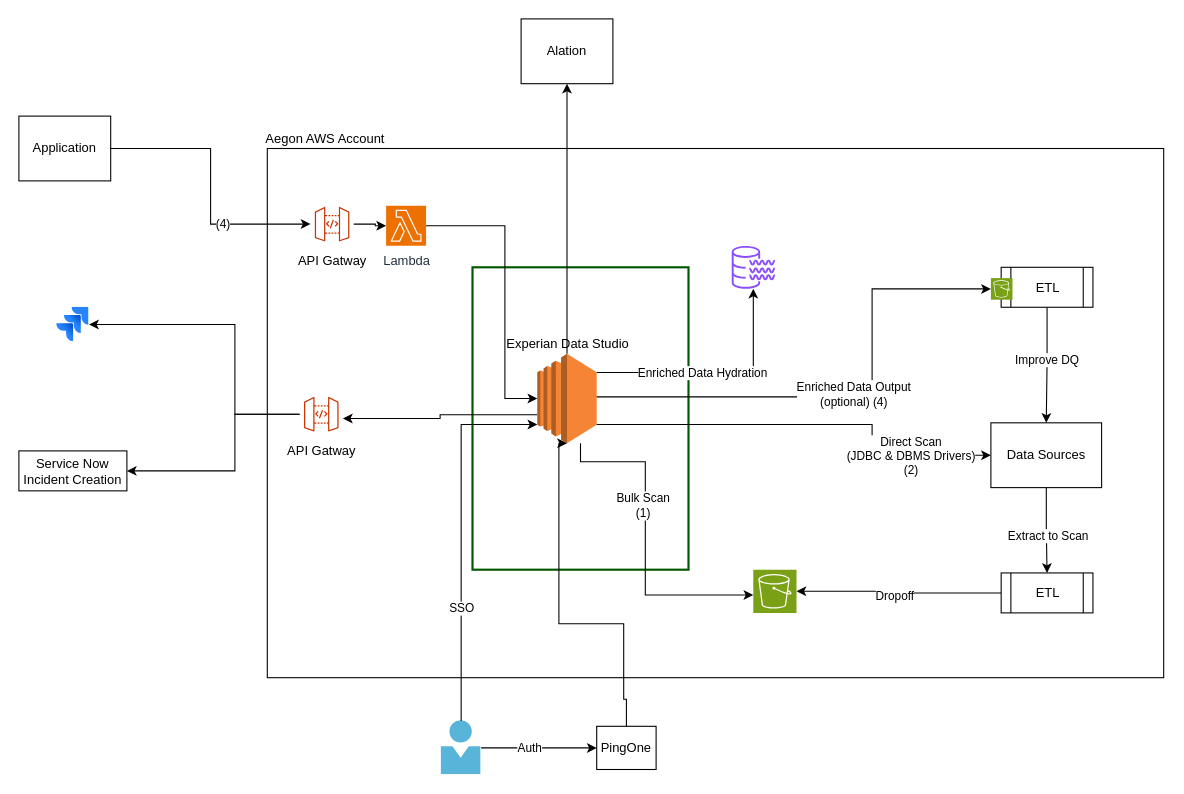
Before: RITM1449981-ACBSD-4801 - Aperture Data Studio Solution Design/Experian Aperture Data Studio.drawio in kerbachi/lambda_code, a draw.io diagram. Source tidied: cells renumbered, new cells numbered last; positions are measured from the earlier drawing's top-left corner, leaving out a move shared by most shapes. Both pictures are drawn from the tidied source at 108%, with x=0, y=0 at pixel (18, 18).
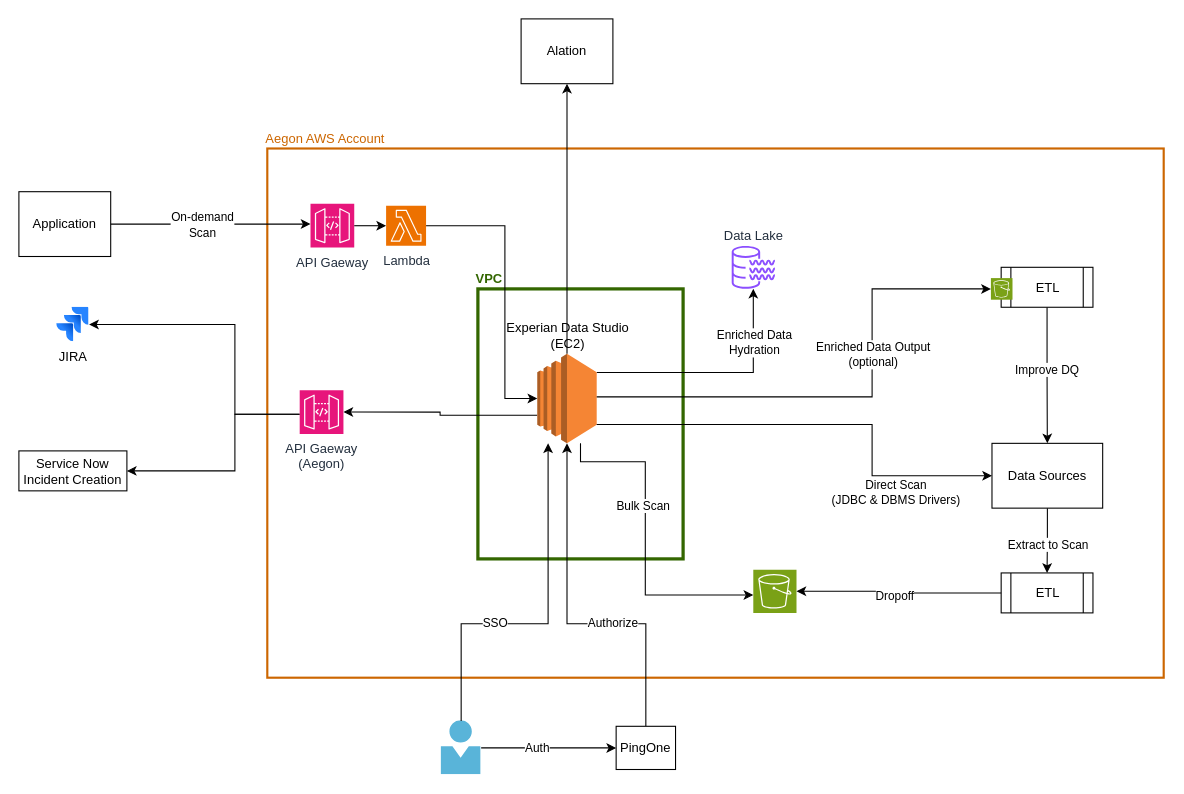
After the change.

Unchanged cells that the change refers to:
```xml
<mxCell id="6" style="edgeStyle=orthogonalEdgeStyle;rounded=0;jettySize=auto;html=1;exitX=1;exitY=0.21;exitDx=0;exitDy=0;exitPerimeter=0;" parent="1" edge="1" source="10" target="14">
  <mxGeometry relative="1" as="geometry">
    <Array as="points">
      <mxPoint x="680" y="327.4" />
    </Array>
  </mxGeometry>
</mxCell>
<mxCell id="12" value="Service Now&lt;br&gt;Incident Creation" style="rounded=0;whiteSpace=wrap;html=1;" parent="1" vertex="1">
  <mxGeometry y="400" width="100" height="37" as="geometry" />
</mxCell>
<mxCell id="25" style="edgeStyle=orthogonalEdgeStyle;rounded=0;jettySize=auto;html=1;entryX=0;entryY=0.5;entryDx=0;entryDy=0;entryPerimeter=0;" parent="1" edge="1" source="10" target="24">
  <mxGeometry relative="1" as="geometry">
    <Array as="points">
      <mxPoint x="790" y="350" />
      <mxPoint x="790" y="250" />
    </Array>
  </mxGeometry>
</mxCell>
<mxCell id="31" style="image;sketch=0;html=1;points=[];align=center;fontSize=12;image=img/lib/mscae/Person.svg;" parent="1" vertex="1">
  <mxGeometry x="391" y="650" width="37" height="50" as="geometry" />
</mxCell>
<mxCell id="40" value="Lambda" style="sketch=0;points=[[0,0,0],[0.25,0,0],[0.5,0,0],[0.75,0,0],[1,0,0],[0,1,0],[0.25,1,0],[0.5,1,0],[0.75,1,0],[1,1,0],[0,0.25,0],[0,0.5,0],[0,0.75,0],[1,0.25,0],[1,0.5,0],[1,0.75,0]];outlineConnect=0;fontColor=#232F3E;fillColor=#ED7100;strokeColor=#ffffff;dashed=0;verticalLabelPosition=bottom;verticalAlign=top;align=center;html=1;fontSize=12;fontStyle=0;shape=mxgraph.aws4.resourceIcon;resIcon=mxgraph.aws4.lambda;" parent="1" vertex="1">
  <mxGeometry x="340" y="173" width="37" height="37" as="geometry" />
</mxCell>
```

The edit, as a diff of the source:
```diff
@@
+    <mxCell id="47" value="VPC" style="rounded=0;whiteSpace=wrap;html=1;fillColor=none;labelPosition=left;verticalLabelPosition=top;align=right;verticalAlign=bottom;spacingRight=-25;fontColor=#336600;fontStyle=1;strokeColor=#336600;strokeWidth=3;" parent="1" vertex="1">
+      <mxGeometry x="425" y="250" width="190" height="250" as="geometry" />
+    </mxCell>
-    <mxCell id="2" value="Aegon AWS Account" style="rounded=0;whiteSpace=wrap;html=1;fillColor=none;labelPosition=left;verticalLabelPosition=top;align=right;verticalAlign=bottom;spacingRight=-111;" parent="1" vertex="1">
+    <mxCell id="2" value="Aegon AWS Account" style="rounded=0;whiteSpace=wrap;html=1;fillColor=none;labelPosition=left;verticalLabelPosition=top;align=right;verticalAlign=bottom;spacingRight=-111;strokeColor=#CC6600;strokeWidth=2;fontColor=#CC6600;" parent="1" vertex="1">
       <mxGeometry x="230" y="120" width="830" height="490" as="geometry" />
     </mxCell>
-    <mxCell id="3" style="rounded=0;whiteSpace=wrap;html=1;fillColor=none;labelPosition=left;verticalLabelPosition=top;align=right;verticalAlign=bottom;spacingRight=-26;fontColor=#ffffff;strokeColor=#005700;strokeWidth=2;" parent="1" vertex="1">
-      <mxGeometry x="420" y="230" width="200" height="280" as="geometry" />
-    </mxCell>
-    <mxCell id="4" style="edgeStyle=orthogonalEdgeStyle;rounded=0;jettySize=auto;html=1;" parent="1" edge="1" source="10" target="45">
+    <mxCell id="4" style="edgeStyle=orthogonalEdgeStyle;rounded=0;jettySize=auto;html=1;entryX=1;entryY=0.5;entryDx=0;entryDy=0;entryPerimeter=0;" parent="1" edge="1" source="10" target="51">
       <mxGeometry relative="1" as="geometry">
         <Array as="points">
-          <mxPoint x="390" y="366.5" />
-          <mxPoint x="390" y="370" />
+          <mxPoint x="390" y="367" />
+          <mxPoint x="390" y="364" />
         </Array>
       </mxGeometry>
     </mxCell>
-    <mxCell id="5" style="edgeStyle=orthogonalEdgeStyle;rounded=0;jettySize=auto;html=1;entryX=1;entryY=0.5;entryDx=0;entryDy=0;" parent="1" edge="1" source="45" target="12">
+    <mxCell id="5" style="edgeStyle=orthogonalEdgeStyle;rounded=0;jettySize=auto;html=1;entryX=1;entryY=0.5;entryDx=0;entryDy=0;" parent="1" edge="1" target="12">
       <mxGeometry relative="1" as="geometry">
+        <mxPoint x="260" y="366" as="sourcePoint" />
         <Array as="points">
           <mxPoint x="200" y="366" />
           <mxPoint x="200" y="418.5" />
         </Array>
       </mxGeometry>
     </mxCell>
@@
-    <mxCell id="7" value="Enriched Data Hydration" style="edgeLabel;html=1;align=center;verticalAlign=middle;" parent="6" vertex="1">
+    <mxCell id="7" value="Enriched Data &lt;br&gt;Hydration" style="edgeLabel;html=1;align=center;verticalAlign=middle;" parent="6" vertex="1">
       <mxGeometry x="-0.12" y="1" relative="1" as="geometry">
-        <mxPoint y="1" as="offset" />
+        <mxPoint x="48" y="-27" as="offset" />
       </mxGeometry>
     </mxCell>
-    <mxCell id="8" style="edgeStyle=orthogonalEdgeStyle;rounded=0;jettySize=auto;html=1;entryX=0;entryY=0.5;entryDx=0;entryDy=0;entryPerimeter=0;" parent="1" edge="1" source="10">
-      <mxGeometry relative="1" as="geometry">
-        <mxPoint x="680" y="533.5" as="targetPoint" />
-        <Array as="points">
-          <mxPoint x="520" y="410" />
-          <mxPoint x="580" y="410" />
-          <mxPoint x="580" y="533.5" />
-        </Array>
-      </mxGeometry>
-    </mxCell>
-    <mxCell id="9" value="Bulk Scan&lt;br&gt;(1)" style="edgeLabel;html=1;align=center;verticalAlign=middle;" parent="8" vertex="1">
-      <mxGeometry x="-0.22" y="-3" relative="1" as="geometry" />
-    </mxCell>
-    <mxCell id="10" value="Experian Data Studio" style="outlineConnect=0;dashed=0;verticalLabelPosition=top;verticalAlign=bottom;align=center;html=1;shape=mxgraph.aws3.ec2;fillColor=#F58534;gradientColor=none;labelPosition=center;" parent="1" vertex="1">
+    <mxCell id="10" value="Experian Data Studio&lt;br&gt;(EC2)" style="outlineConnect=0;dashed=0;verticalLabelPosition=top;verticalAlign=bottom;align=center;html=1;shape=mxgraph.aws3.ec2;fillColor=#F58534;gradientColor=none;labelPosition=center;" parent="1" vertex="1">
       <mxGeometry x="480" y="310" width="55" height="83" as="geometry" />
     </mxCell>
-    <mxCell id="11" style="image;html=1;image=img/lib/atlassian/Jira_Logo.svg;" parent="1" vertex="1">
+    <mxCell id="11" value="JIRA" style="image;html=1;image=img/lib/atlassian/Jira_Logo.svg;" parent="1" vertex="1">
       <mxGeometry x="35" y="267" width="30" height="32" as="geometry" />
     </mxCell>
@@
-    <mxCell id="14" style="sketch=0;outlineConnect=0;fontColor=#232F3E;gradientColor=none;fillColor=light-dark(#8C4FFF,#BC6015);strokeColor=none;dashed=0;verticalLabelPosition=bottom;verticalAlign=top;align=center;html=1;fontSize=12;fontStyle=0;shape=mxgraph.aws4.data_lake_resource_icon;" parent="1" vertex="1">
+    <mxCell id="14" value="Data Lake" style="sketch=0;outlineConnect=0;fontColor=#232F3E;gradientColor=none;fillColor=light-dark(#8C4FFF,#BC6015);strokeColor=none;dashed=0;verticalLabelPosition=top;verticalAlign=bottom;align=center;html=1;fontSize=12;fontStyle=0;shape=mxgraph.aws4.data_lake_resource_icon;labelPosition=center;" parent="1" vertex="1">
       <mxGeometry x="660" y="210" width="40" height="40" as="geometry" />
     </mxCell>
@@
     <mxCell id="18" value="Data Sources" style="rounded=0;whiteSpace=wrap;html=1;" parent="1" vertex="1">
-      <mxGeometry x="900" y="374" width="102.5" height="60" as="geometry" />
+      <mxGeometry x="901" y="393" width="102.5" height="60" as="geometry" />
     </mxCell>
@@
-    <mxCell id="26" value="Enriched Data Output&lt;br&gt;(optional) (4)" style="edgeLabel;html=1;align=center;verticalAlign=middle;" parent="25" vertex="1">
+    <mxCell id="26" value="Enriched Data Output&lt;br&gt;(optional)" style="edgeLabel;html=1;align=center;verticalAlign=middle;labelBackgroundColor=default;" parent="25" vertex="1">
       <mxGeometry x="-0.25" y="3" relative="1" as="geometry">
-        <mxPoint x="63" as="offset" />
+        <mxPoint x="81" y="-37" as="offset" />
       </mxGeometry>
     </mxCell>
     <mxCell id="27" style="endArrow=classic;html=1;rounded=0;exitX=1;exitY=0.79;exitDx=0;exitDy=0;exitPerimeter=0;entryX=0;entryY=0.5;entryDx=0;entryDy=0;edgeStyle=orthogonalEdgeStyle;" parent="1" edge="1" source="10" target="18">
       <mxGeometry relative="1" as="geometry">
         <Array as="points">
-          <mxPoint x="790" y="375.6" />
-          <mxPoint x="790" y="404" />
+          <mxPoint x="790" y="376" />
+          <mxPoint x="790" y="423" />
         </Array>
       </mxGeometry>
     </mxCell>
-    <mxCell id="28" value="Direct Scan &lt;br&gt;(JDBC &amp;amp; DBMS Drivers)&lt;br&gt;(2)" style="edgeLabel;html=1;align=center;verticalAlign=middle;" parent="27" vertex="1">
+    <mxCell id="28" value="Direct Scan &lt;br&gt;(JDBC &amp;amp; DBMS Drivers)" style="edgeLabel;html=1;align=center;verticalAlign=middle;" parent="27" vertex="1">
       <mxGeometry x="0.66" relative="1" as="geometry">
-        <mxPoint x="-8" as="offset" />
+        <mxPoint x="-19" y="15" as="offset" />
       </mxGeometry>
     </mxCell>
@@
     <mxCell id="32" style="edgeStyle=orthogonalEdgeStyle;rounded=0;jettySize=auto;html=1;entryX=0.5;entryY=1;entryDx=0;entryDy=0;entryPerimeter=0;exitX=0.5;exitY=0;exitDx=0;exitDy=0;" parent="1" edge="1" source="33" target="10">
       <mxGeometry relative="1" as="geometry">
         <Array as="points">
-          <mxPoint x="562.5" y="630" />
-          <mxPoint x="560" y="630" />
-          <mxPoint x="560" y="560" />
-          <mxPoint x="500" y="560" />
-          <mxPoint x="500" y="393" />
+          <mxPoint x="581" y="560" />
+          <mxPoint x="508" y="560" />
         </Array>
       </mxGeometry>
     </mxCell>
+    <mxCell id="48" value="Authorize" style="edgeLabel;html=1;align=center;verticalAlign=middle;" parent="32" vertex="1">
+      <mxGeometry x="-0.25" y="-1" relative="1" as="geometry" />
+    </mxCell>
     <mxCell id="33" value="PingOne" style="rounded=0;whiteSpace=wrap;html=1;" parent="1" vertex="1">
-      <mxGeometry x="535" y="655" width="55" height="40" as="geometry" />
+      <mxGeometry x="553" y="655" width="55" height="40" as="geometry" />
     </mxCell>
-    <mxCell id="34" style="edgeStyle=orthogonalEdgeStyle;rounded=0;jettySize=auto;html=1;entryX=0;entryY=0.79;entryDx=0;entryDy=0;entryPerimeter=0;" parent="1" edge="1" source="31" target="10">
+    <mxCell id="34" style="edgeStyle=orthogonalEdgeStyle;rounded=0;jettySize=auto;html=1;" parent="1" edge="1" source="31" target="10">
       <mxGeometry relative="1" as="geometry">
         <Array as="points">
-          <mxPoint x="409.5" y="375.6" />
+          <mxPoint x="410" y="560" />
+          <mxPoint x="490" y="560" />
         </Array>
       </mxGeometry>
     </mxCell>
     <mxCell id="35" value="SSO" style="edgeLabel;html=1;align=center;verticalAlign=middle;" parent="34" vertex="1">
       <mxGeometry x="-0.39" y="1" relative="1" as="geometry">
-        <mxPoint x="1" as="offset" />
+        <mxPoint x="18" as="offset" />
       </mxGeometry>
     </mxCell>
-    <mxCell id="36" value="API Gatway" style="sketch=0;points=[[0,0,0],[0.25,0,0],[0.5,0,0],[0.75,0,0],[1,0,0],[0,1,0],[0.25,1,0],[0.5,1,0],[0.75,1,0],[1,1,0],[0,0.25,0],[0,0.5,0],[0,0.75,0],[1,0.25,0],[1,0.5,0],[1,0.75,0]];outlineConnect=0;fontColor=#000000;fillColor=light-dark(#FFFFFF,#CC6600);strokeColor=light-dark(#C73500,#FFFFFF);dashed=0;verticalLabelPosition=bottom;verticalAlign=top;align=center;html=1;fontSize=12;fontStyle=0;shape=mxgraph.aws4.resourceIcon;resIcon=mxgraph.aws4.api_gateway;" parent="1" vertex="1">
-      <mxGeometry x="270" y="170" width="40" height="40" as="geometry" />
-    </mxCell>
     <mxCell id="37" value="Application" style="rounded=0;whiteSpace=wrap;html=1;" parent="1" vertex="1">
-      <mxGeometry y="90" width="85" height="60" as="geometry" />
+      <mxGeometry y="160" width="85" height="60" as="geometry" />
     </mxCell>
-    <mxCell id="38" style="edgeStyle=orthogonalEdgeStyle;rounded=0;jettySize=auto;html=1;entryX=0;entryY=0.5;entryDx=0;entryDy=0;entryPerimeter=0;" parent="1" edge="1" source="37" target="36">
-      <mxGeometry relative="1" as="geometry" />
+    <mxCell id="38" style="edgeStyle=orthogonalEdgeStyle;rounded=0;jettySize=auto;html=1;entryX=0;entryY=0.5;entryDx=0;entryDy=0;entryPerimeter=0;" parent="1" edge="1" source="37">
+      <mxGeometry relative="1" as="geometry">
+        <mxPoint x="270" y="190" as="targetPoint" />
+      </mxGeometry>
     </mxCell>
-    <mxCell id="39" value="(4)" style="edgeLabel;html=1;align=center;verticalAlign=middle;" parent="38" vertex="1">
-      <mxGeometry x="0.36" y="1" relative="1" as="geometry" />
+    <mxCell id="39" value="On-demand&lt;br&gt;Scan" style="edgeLabel;html=1;align=center;verticalAlign=middle;" parent="38" vertex="1">
+      <mxGeometry x="0.36" y="1" relative="1" as="geometry">
+        <mxPoint x="-41" y="1" as="offset" />
+      </mxGeometry>
     </mxCell>
@@
-    <mxCell id="41" style="edgeStyle=orthogonalEdgeStyle;rounded=0;jettySize=auto;html=1;entryX=0;entryY=0.5;entryDx=0;entryDy=0;entryPerimeter=0;" parent="1" edge="1" source="36" target="40">
-      <mxGeometry relative="1" as="geometry" />
-    </mxCell>
@@
-    <mxCell id="45" value="API Gatway" style="sketch=0;points=[[0,0,0],[0.25,0,0],[0.5,0,0],[0.75,0,0],[1,0,0],[0,1,0],[0.25,1,0],[0.5,1,0],[0.75,1,0],[1,1,0],[0,0.25,0],[0,0.5,0],[0,0.75,0],[1,0.25,0],[1,0.5,0],[1,0.75,0]];outlineConnect=0;fontColor=#000000;fillColor=light-dark(#FFFFFF,#CC6600);strokeColor=light-dark(#C73500,#FFFFFF);dashed=0;verticalLabelPosition=bottom;verticalAlign=top;align=center;html=1;fontSize=12;fontStyle=0;shape=mxgraph.aws4.resourceIcon;resIcon=mxgraph.aws4.api_gateway;" parent="1" vertex="1">
-      <mxGeometry x="260" y="346" width="40" height="40" as="geometry" />
-    </mxCell>
-    <mxCell id="46" style="edgeStyle=orthogonalEdgeStyle;rounded=0;jettySize=auto;html=1;entryX=0;entryY=0.5;entryDx=0;entryDy=0;entryPerimeter=0;startArrow=classic;startFill=1;endArrow=none;endFill=0;" parent="1" edge="1" source="11" target="45">
+    <mxCell id="46" style="edgeStyle=orthogonalEdgeStyle;rounded=0;jettySize=auto;html=1;entryX=0;entryY=0.5;entryDx=0;entryDy=0;entryPerimeter=0;startArrow=classic;startFill=1;endArrow=none;endFill=0;" parent="1" edge="1" source="11">
       <mxGeometry relative="1" as="geometry">
+        <mxPoint x="260" y="366" as="targetPoint" />
         <Array as="points">
           <mxPoint x="200" y="283" />
           <mxPoint x="200" y="366" />
         </Array>
       </mxGeometry>
     </mxCell>
+    <mxCell id="8" style="edgeStyle=orthogonalEdgeStyle;rounded=0;jettySize=auto;html=1;entryX=0;entryY=0.5;entryDx=0;entryDy=0;entryPerimeter=0;" parent="1" edge="1" source="10">
+      <mxGeometry relative="1" as="geometry">
+        <mxPoint x="680" y="533.5" as="targetPoint" />
+        <Array as="points">
+          <mxPoint x="520" y="410" />
+          <mxPoint x="580" y="410" />
+          <mxPoint x="580" y="533.5" />
+        </Array>
+      </mxGeometry>
+    </mxCell>
+    <mxCell id="9" value="Bulk Scan" style="edgeLabel;html=1;align=center;verticalAlign=middle;" parent="8" vertex="1">
+      <mxGeometry x="-0.22" y="-3" relative="1" as="geometry" />
+    </mxCell>
+    <mxCell id="49" value="API Gaeway" style="sketch=0;points=[[0,0,0],[0.25,0,0],[0.5,0,0],[0.75,0,0],[1,0,0],[0,1,0],[0.25,1,0],[0.5,1,0],[0.75,1,0],[1,1,0],[0,0.25,0],[0,0.5,0],[0,0.75,0],[1,0.25,0],[1,0.5,0],[1,0.75,0]];outlineConnect=0;fontColor=#232F3E;fillColor=#E7157B;strokeColor=#ffffff;dashed=0;verticalLabelPosition=bottom;verticalAlign=top;align=center;html=1;fontSize=12;fontStyle=0;shape=mxgraph.aws4.resourceIcon;resIcon=mxgraph.aws4.api_gateway;" parent="1" vertex="1">
+      <mxGeometry x="270" y="171.2" width="40.5" height="40.5" as="geometry" />
+    </mxCell>
+    <mxCell id="50" style="edgeStyle=orthogonalEdgeStyle;rounded=0;jettySize=auto;html=1;entryX=0;entryY=0.5;entryDx=0;entryDy=0;entryPerimeter=0;" parent="1" edge="1" source="49" target="40">
+      <mxGeometry relative="1" as="geometry" />
+    </mxCell>
+    <mxCell id="51" value="API Gaeway&lt;br&gt;(Aegon)" style="sketch=0;points=[[0,0,0],[0.25,0,0],[0.5,0,0],[0.75,0,0],[1,0,0],[0,1,0],[0.25,1,0],[0.5,1,0],[0.75,1,0],[1,1,0],[0,0.25,0],[0,0.5,0],[0,0.75,0],[1,0.25,0],[1,0.5,0],[1,0.75,0]];outlineConnect=0;fontColor=#232F3E;fillColor=#E7157B;strokeColor=#ffffff;dashed=0;verticalLabelPosition=bottom;verticalAlign=top;align=center;html=1;fontSize=12;fontStyle=0;shape=mxgraph.aws4.resourceIcon;resIcon=mxgraph.aws4.api_gateway;" parent="1" vertex="1">
+      <mxGeometry x="260" y="343.8" width="40.5" height="40.5" as="geometry" />
+    </mxCell>
```
